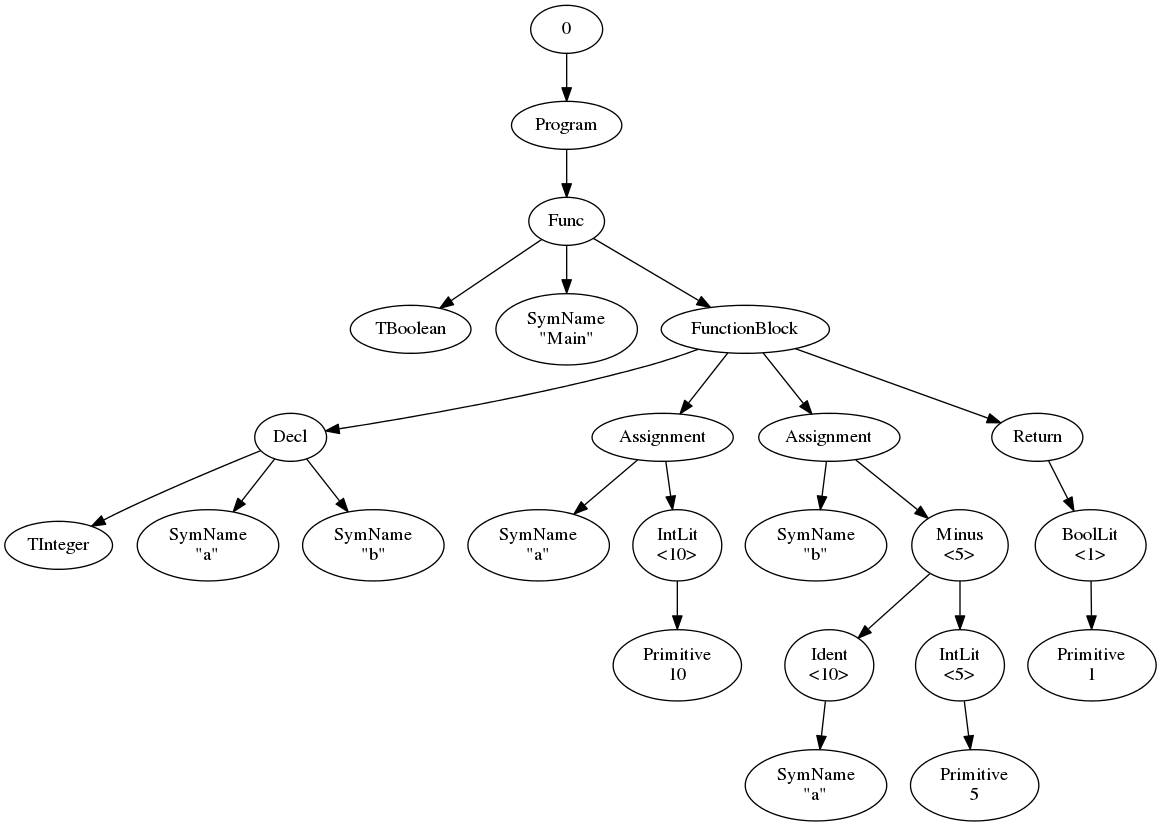
This is typecheck/testProgram.png from drewtaylors/cs160, a Graphviz export, as it was before one commit. Its source is kept beside it as typecheck/testProgram.dot.
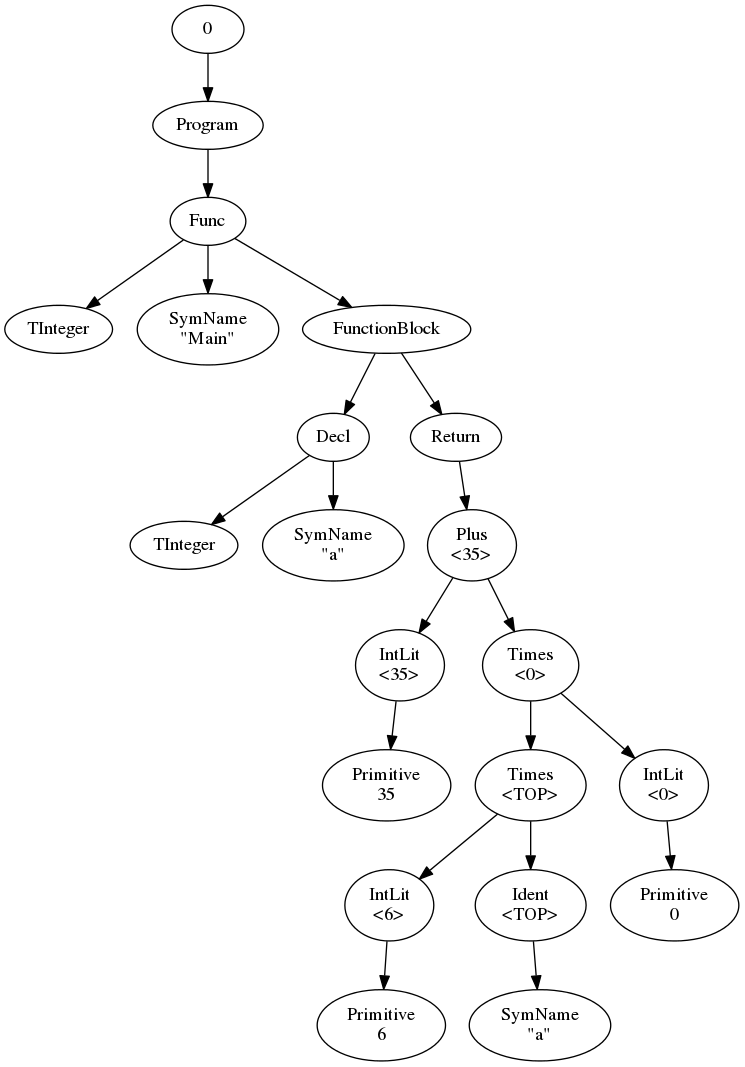
After the commit.

The edit, as a diff of the source:
```diff
@@ -3,7 +3,7 @@
 "0" -> "1"
 "2" [label="Func"]
 "1" -> "2"
-"3" [label="TBoolean"]
+"3" [label="TInteger"]
 "2" -> "3"
 "4" [label="SymName\n\"Main\""]
 "2" -> "4"
@@ -15,34 +15,28 @@
 "6" -> "7"
 "8" [label="SymName\n\"a\""]
 "6" -> "8"
-"9" [label="SymName\n\"b\""]
-"6" -> "9"
-"10" [label="Assignment"]
-"5" -> "10"
-"11" [label="SymName\n\"a\""]
+"9" [label="Return"]
+"5" -> "9"
+"10" [label="Plus\n<35>"]
+"9" -> "10"
+"11" [label="IntLit\n<35>"]
 "10" -> "11"
-"12" [label="IntLit\n<10>"]
-"10" -> "12"
-"13" [label="Primitive\n10"]
-"12" -> "13"
-"14" [label="Assignment"]
-"5" -> "14"
-"15" [label="SymName\n\"b\""]
+"12" [label="Primitive\n35"]
+"11" -> "12"
+"13" [label="Times\n<0>"]
+"10" -> "13"
+"14" [label="Times\n<TOP>"]
+"13" -> "14"
+"15" [label="IntLit\n<6>"]
 "14" -> "15"
-"16" [label="Minus\n<5>"]
-"14" -> "16"
-"17" [label="Ident\n<10>"]
-"16" -> "17"
+"16" [label="Primitive\n6"]
+"15" -> "16"
+"17" [label="Ident\n<TOP>"]
+"14" -> "17"
 "18" [label="SymName\n\"a\""]
 "17" -> "18"
-"19" [label="IntLit\n<5>"]
-"16" -> "19"
-"20" [label="Primitive\n5"]
+"19" [label="IntLit\n<0>"]
+"13" -> "19"
+"20" [label="Primitive\n0"]
 "19" -> "20"
-"21" [label="Return"]
-"5" -> "21"
-"22" [label="BoolLit\n<1>"]
-"21" -> "22"
-"23" [label="Primitive\n1"]
-"22" -> "23"
 };
```
